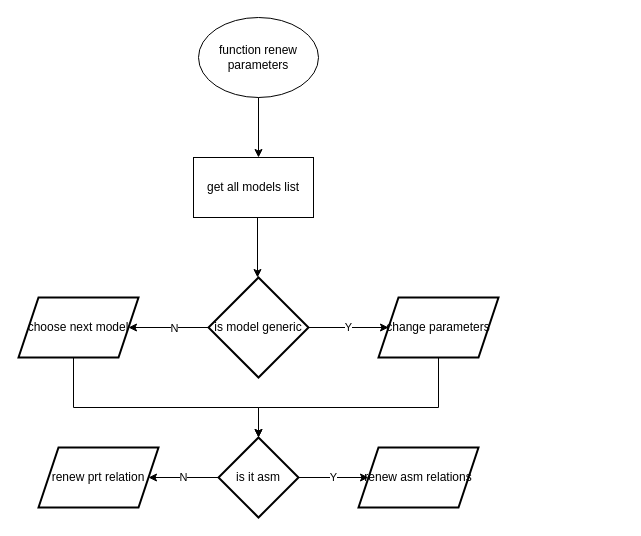
This is Untitled Diagram.drawio from IlyaChaban/VB_For_Creo, a draw.io file, before an edit. Source tidied: cells renumbered, new cells numbered last; positions are measured from the earlier drawing's top-left corner, leaving out a move shared by most shapes. Both pictures are drawn from the tidied source at 100%, with x=0, y=0 at pixel (18, 17).
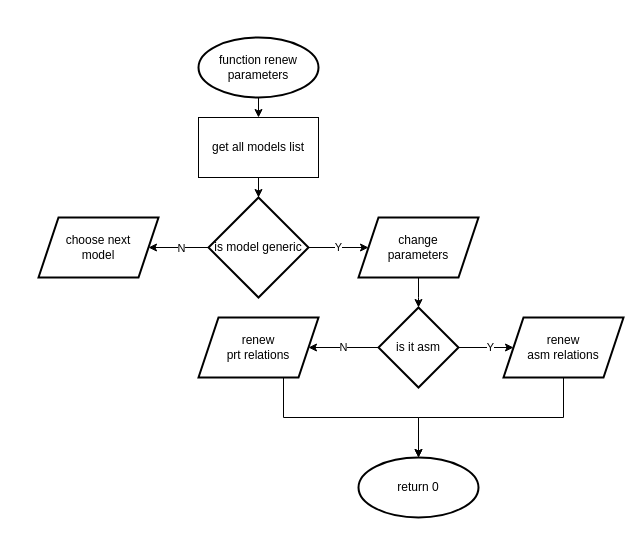
Above is the later version.

Diff of the diagram source:
```diff
@@
-<mxGraphModel>
+<mxGraphModel background="#ffffff">
@@
-    <mxCell id="2" value="function renew parameters" style="ellipse;whiteSpace=wrap;html=1;" parent="1" vertex="1">
-      <mxGeometry x="180" width="120" height="80" as="geometry" />
-    </mxCell>
-    <mxCell id="3" style="endArrow=classic;html=1;rounded=0;exitX=0.5;exitY=1;exitDx=0;exitDy=0;" parent="1" edge="1" source="2">
-      <mxGeometry relative="1" as="geometry">
-        <mxPoint x="240" y="140" as="targetPoint" />
-      </mxGeometry>
+    <mxCell id="3" style="endArrow=classic;html=1;rounded=0;exitX=0.5;exitY=1;exitDx=0;exitDy=0;entryX=0.5;entryY=0;entryDx=0;entryDy=0;" parent="1" edge="1" source="2" target="4">
+      <mxGeometry relative="1" as="geometry" />
     </mxCell>
+    <mxCell id="19" style="edgeStyle=orthogonalEdgeStyle;rounded=0;jettySize=auto;html=1;exitX=0.5;exitY=1;exitDx=0;exitDy=0;" parent="1" edge="1" source="4" target="8">
+      <mxGeometry relative="1" as="geometry" />
+    </mxCell>
     <mxCell id="4" value="get all models list" style="rounded=0;whiteSpace=wrap;html=1;" parent="1" vertex="1">
-      <mxGeometry x="175" y="140" width="120" height="60" as="geometry" />
+      <mxGeometry x="180" y="100" width="120" height="60" as="geometry" />
     </mxCell>
@@
     <mxCell id="8" value="is model generic" style="strokeWidth=2;html=1;shape=mxgraph.flowchart.decision;whiteSpace=wrap;" parent="1" vertex="1">
-      <mxGeometry x="190" y="260" width="100" height="100" as="geometry" />
+      <mxGeometry x="190" y="180" width="100" height="100" as="geometry" />
     </mxCell>
-    <mxCell id="9" style="endArrow=classic;html=1;rounded=0;exitX=0.5;exitY=1;exitDx=0;exitDy=0;" parent="1" edge="1">
-      <mxGeometry relative="1" as="geometry">
-        <mxPoint x="239" y="200" as="sourcePoint" />
-        <mxPoint x="239" y="260" as="targetPoint" />
-      </mxGeometry>
-    </mxCell>
-    <mxCell id="10" value="change parameters" style="shape=parallelogram;perimeter=parallelogramPerimeter;whiteSpace=wrap;html=1;fixedSize=1;strokeWidth=2;" parent="1" vertex="1">
-      <mxGeometry x="360" y="280" width="120" height="60" as="geometry" />
+    <mxCell id="10" value="&lt;div&gt;change&lt;/div&gt;&lt;div&gt; parameters&lt;/div&gt;" style="shape=parallelogram;perimeter=parallelogramPerimeter;whiteSpace=wrap;html=1;fixedSize=1;strokeWidth=2;" parent="1" vertex="1">
+      <mxGeometry x="340" y="200" width="120" height="60" as="geometry" />
     </mxCell>
-    <mxCell id="11" style="edgeStyle=orthogonalEdgeStyle;rounded=0;jettySize=auto;html=1;" parent="1" edge="1" source="12" target="15">
-      <mxGeometry relative="1" as="geometry">
-        <Array as="points">
-          <mxPoint x="55" y="390" />
-          <mxPoint x="240" y="390" />
-        </Array>
-      </mxGeometry>
-    </mxCell>
-    <mxCell id="12" value="choose next model" style="shape=parallelogram;perimeter=parallelogramPerimeter;whiteSpace=wrap;html=1;fixedSize=1;strokeWidth=2;" parent="1" vertex="1">
-      <mxGeometry y="280" width="120" height="60" as="geometry" />
+    <mxCell id="12" value="&lt;div&gt;choose next&lt;/div&gt;&lt;div&gt; model&lt;/div&gt;" style="shape=parallelogram;perimeter=parallelogramPerimeter;whiteSpace=wrap;html=1;fixedSize=1;strokeWidth=2;" parent="1" vertex="1">
+      <mxGeometry x="20" y="200" width="120" height="60" as="geometry" />
     </mxCell>
     <mxCell id="13" value="Y" style="edgeStyle=orthogonalEdgeStyle;rounded=0;jettySize=auto;html=1;" parent="1" edge="1" source="15" target="17">
-      <mxGeometry relative="1" as="geometry" />
+      <mxGeometry x="0.16" relative="1" as="geometry" />
     </mxCell>
@@
     <mxCell id="15" value="is it asm " style="rhombus;whiteSpace=wrap;html=1;strokeWidth=2;" parent="1" vertex="1">
-      <mxGeometry x="200" y="420" width="80" height="80" as="geometry" />
+      <mxGeometry x="360" y="290" width="80" height="80" as="geometry" />
     </mxCell>
-    <mxCell id="16" style="edgeStyle=orthogonalEdgeStyle;rounded=0;jettySize=auto;html=1;exitX=0.5;exitY=1;exitDx=0;exitDy=0;" parent="1" edge="1" source="10" target="15">
+    <mxCell id="16" style="edgeStyle=orthogonalEdgeStyle;rounded=0;jettySize=auto;html=1;exitX=0.5;exitY=1;exitDx=0;exitDy=0;entryX=0.5;entryY=0;entryDx=0;entryDy=0;" parent="1" edge="1" source="10" target="15">
       <mxGeometry relative="1" as="geometry">
         <Array as="points">
-          <mxPoint x="420" y="390" />
-          <mxPoint x="240" y="390" />
+          <mxPoint x="400" y="280" />
+          <mxPoint x="400" y="280" />
         </Array>
       </mxGeometry>
     </mxCell>
+    <mxCell id="20" style="edgeStyle=orthogonalEdgeStyle;rounded=0;jettySize=auto;html=1;entryX=0.5;entryY=0;entryDx=0;entryDy=0;" parent="1" edge="1" source="17" target="22">
+      <mxGeometry relative="1" as="geometry">
+        <Array as="points">
+          <mxPoint x="545" y="400" />
+          <mxPoint x="400" y="400" />
+        </Array>
+      </mxGeometry>
+    </mxCell>
-    <mxCell id="17" value="renew asm relations" style="shape=parallelogram;perimeter=parallelogramPerimeter;whiteSpace=wrap;html=1;fixedSize=1;strokeWidth=2;" parent="1" vertex="1">
-      <mxGeometry x="340" y="430" width="120" height="60" as="geometry" />
+    <mxCell id="17" value="&lt;div&gt;renew &lt;br&gt;&lt;/div&gt;&lt;div&gt;asm relations&lt;/div&gt;" style="shape=parallelogram;perimeter=parallelogramPerimeter;whiteSpace=wrap;html=1;fixedSize=1;strokeWidth=2;" parent="1" vertex="1">
+      <mxGeometry x="485" y="300" width="120" height="60" as="geometry" />
     </mxCell>
+    <mxCell id="21" style="edgeStyle=orthogonalEdgeStyle;rounded=0;jettySize=auto;html=1;entryX=0.5;entryY=0;entryDx=0;entryDy=0;" parent="1" edge="1" source="18" target="22">
+      <mxGeometry relative="1" as="geometry">
+        <Array as="points">
+          <mxPoint x="265" y="400" />
+          <mxPoint x="400" y="400" />
+        </Array>
+      </mxGeometry>
+    </mxCell>
-    <mxCell id="18" value="renew prt relation" style="shape=parallelogram;perimeter=parallelogramPerimeter;whiteSpace=wrap;html=1;fixedSize=1;strokeWidth=2;" parent="1" vertex="1">
-      <mxGeometry x="20" y="430" width="120" height="60" as="geometry" />
+    <mxCell id="18" value="&lt;div&gt;renew &lt;br&gt;&lt;/div&gt;&lt;div&gt;prt relations&lt;/div&gt;" style="shape=parallelogram;perimeter=parallelogramPerimeter;whiteSpace=wrap;html=1;fixedSize=1;strokeWidth=2;" parent="1" vertex="1">
+      <mxGeometry x="180" y="300" width="120" height="60" as="geometry" />
     </mxCell>
+    <mxCell id="22" value="return 0" style="ellipse;whiteSpace=wrap;html=1;strokeWidth=2;" parent="1" vertex="1">
+      <mxGeometry x="340" y="440" width="120" height="60" as="geometry" />
+    </mxCell>
+    <mxCell id="2" value="function renew parameters" style="ellipse;whiteSpace=wrap;html=1;strokeWidth=2;" parent="1" vertex="1">
+      <mxGeometry x="180" y="20" width="120" height="60" as="geometry" />
+    </mxCell>
```
